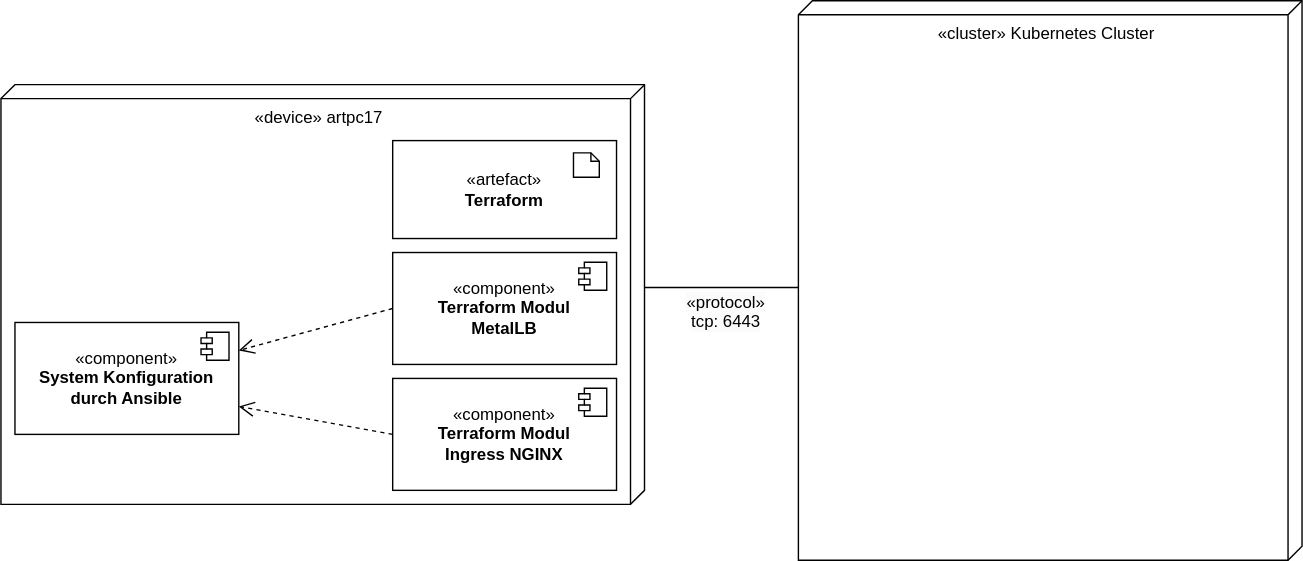
This is uni-bsc/dd-routing.drawio.svg from pogii123/drawio-charts, a draw.io export, as it was before one commit. Source tidied: cells renumbered, new cells last; positions are measured from the earlier drawing's top-left corner, leaving out a move shared by most shapes.
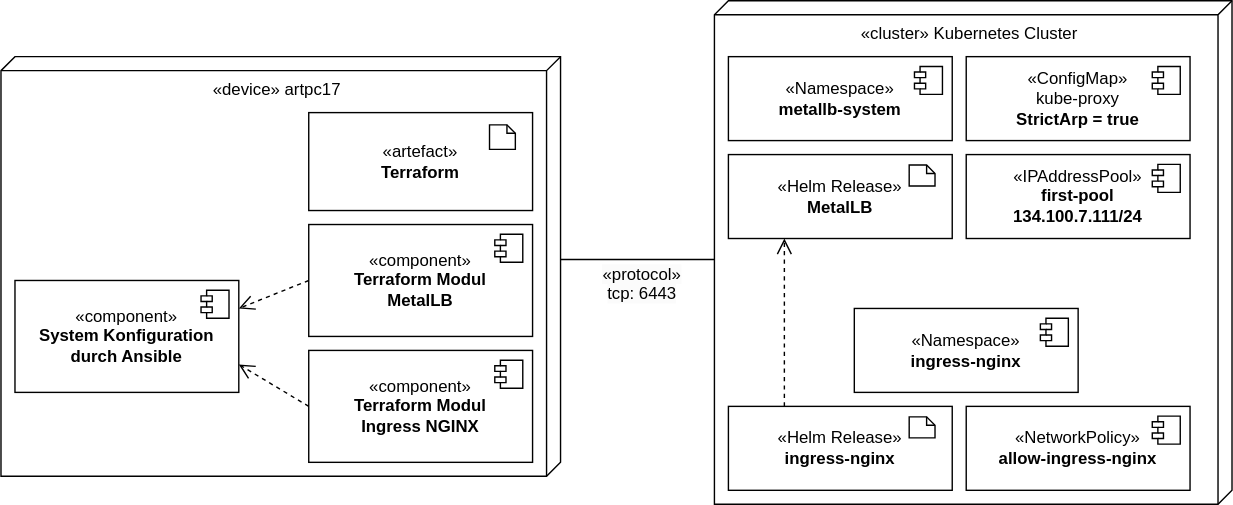
Later version of the same file.

The edit, as a diff of the source:
```diff
@@ -3,10 +3,10 @@
     <mxCell id="0" />
     <mxCell id="1" parent="0" />
     <mxCell id="2" value="«cluster» Kubernetes Cluster" style="verticalAlign=top;align=center;shape=cube;size=10;direction=south;html=1;boundedLbl=1;spacingLeft=5;whiteSpace=wrap;" parent="1" vertex="1">
-      <mxGeometry x="570" width="360" height="400" as="geometry" />
+      <mxGeometry x="570" y="20" width="370" height="360" as="geometry" />
     </mxCell>
     <mxCell id="3" value="«device» artpc17" style="verticalAlign=top;align=center;shape=cube;size=10;direction=south;html=1;boundedLbl=1;spacingLeft=5;whiteSpace=wrap;" parent="1" vertex="1">
-      <mxGeometry y="60" width="460" height="300" as="geometry" />
+      <mxGeometry x="60" y="60" width="400" height="300" as="geometry" />
     </mxCell>
     <mxCell id="4" style="rounded=0;jettySize=auto;html=1;exitX=0;exitY=0.5;exitDx=0;exitDy=0;dashed=1;endArrow=open;endFill=0;entryX=1;entryY=0.25;entryDx=0;entryDy=0;endSize=9;" parent="1" edge="1" source="5" target="14">
       <mxGeometry relative="1" as="geometry" />
@@ -36,7 +36,7 @@
         <mxPoint x="-27" y="7" as="offset" />
       </mxGeometry>
     </mxCell>
-    <mxCell id="12" style="edgeStyle=orthogonalEdgeStyle;rounded=0;jettySize=auto;html=1;exitX=0;exitY=0;exitDx=145;exitDy=0;exitPerimeter=0;entryX=0;entryY=0;entryDx=205;entryDy=360;entryPerimeter=0;endArrow=none;endFill=0;" parent="1" edge="1" source="3" target="2">
+    <mxCell id="12" style="edgeStyle=orthogonalEdgeStyle;rounded=0;jettySize=auto;html=1;exitX=0;exitY=0;exitDx=145;exitDy=0;exitPerimeter=0;endArrow=none;endFill=0;entryX=0;entryY=0;entryDx=185;entryDy=370;entryPerimeter=0;" parent="1" edge="1" source="3" target="2">
       <mxGeometry relative="1" as="geometry" />
     </mxCell>
     <mxCell id="13" value="&lt;span style=&quot;font-size: 12px; text-wrap: wrap; background-color: rgb(251, 251, 251);&quot;&gt;«protocol»&lt;br&gt;tcp: 6443&lt;br&gt;&lt;br&gt;&lt;/span&gt;" style="edgeLabel;html=1;align=center;verticalAlign=middle;" parent="12" vertex="1">
@@ -45,7 +45,7 @@
       </mxGeometry>
     </mxCell>
     <mxCell id="14" value="«component»&lt;br&gt;&lt;b&gt;System Konfiguration durch Ansible&lt;/b&gt;" style="html=1;whiteSpace=wrap;" parent="1" vertex="1">
-      <mxGeometry x="10" y="230" width="160" height="80" as="geometry" />
+      <mxGeometry x="70" y="220" width="160" height="80" as="geometry" />
     </mxCell>
     <mxCell id="15" style="shape=module;jettyWidth=8;jettyHeight=4;" parent="14" vertex="1">
       <mxGeometry x="1" width="20" height="20" relative="1" as="geometry">
@@ -55,5 +55,66 @@
     <mxCell id="16" style="rounded=0;jettySize=auto;html=1;exitX=0;exitY=0.5;exitDx=0;exitDy=0;entryX=1;entryY=0.75;entryDx=0;entryDy=0;dashed=1;endArrow=open;endFill=0;strokeWidth=1;endSize=9;startSize=6;" parent="1" edge="1" source="10" target="14">
       <mxGeometry relative="1" as="geometry" />
     </mxCell>
+    <mxCell id="17" value="«Namespace»&lt;b&gt;&lt;br&gt;metallb-system&lt;/b&gt;" style="html=1;whiteSpace=wrap;" parent="1" vertex="1">
+      <mxGeometry x="580" y="60" width="160" height="60" as="geometry" />
+    </mxCell>
+    <mxCell id="18" style="shape=module;jettyWidth=8;jettyHeight=4;" parent="17" vertex="1">
+      <mxGeometry x="1" width="20" height="20" relative="1" as="geometry">
+        <mxPoint x="-27" y="7" as="offset" />
+      </mxGeometry>
+    </mxCell>
+    <mxCell id="19" value="«ConfigMap»&lt;div&gt;kube-proxy&lt;br&gt;&lt;b&gt;StrictArp = true&lt;/b&gt;&lt;/div&gt;" style="html=1;whiteSpace=wrap;" parent="1" vertex="1">
+      <mxGeometry x="750" y="60" width="160" height="60" as="geometry" />
+    </mxCell>
+    <mxCell id="20" style="shape=module;jettyWidth=8;jettyHeight=4;" parent="19" vertex="1">
+      <mxGeometry x="1" width="20" height="20" relative="1" as="geometry">
+        <mxPoint x="-27" y="7" as="offset" />
+      </mxGeometry>
+    </mxCell>
+    <mxCell id="21" style="group;" parent="1" vertex="1">
+      <mxGeometry x="580" y="130" width="160" height="60" as="geometry" />
+    </mxCell>
+    <mxCell id="22" value="«Helm Release»&lt;br&gt;&lt;b&gt;MetalLB&lt;/b&gt;" style="html=1;whiteSpace=wrap;" parent="21" vertex="1">
+      <mxGeometry width="160" height="60" as="geometry" />
+    </mxCell>
+    <mxCell id="23" style="shape=note2;boundedLbl=1;whiteSpace=wrap;html=1;size=6;verticalAlign=top;align=left;spacingLeft=5;" parent="21" vertex="1">
+      <mxGeometry x="129.2" y="7.5" width="18.5" height="15" as="geometry" />
+    </mxCell>
+    <mxCell id="24" value="«IPAddressPool»&lt;b&gt;&lt;br&gt;first-pool&lt;/b&gt;&lt;div&gt;&lt;b&gt;134.100.7.111/24&lt;/b&gt;&lt;/div&gt;" style="html=1;whiteSpace=wrap;" parent="1" vertex="1">
+      <mxGeometry x="750" y="130" width="160" height="60" as="geometry" />
+    </mxCell>
+    <mxCell id="25" style="shape=module;jettyWidth=8;jettyHeight=4;" parent="24" vertex="1">
+      <mxGeometry x="1" width="20" height="20" relative="1" as="geometry">
+        <mxPoint x="-27" y="7" as="offset" />
+      </mxGeometry>
+    </mxCell>
+    <mxCell id="26" value="«Namespace»&lt;b&gt;&lt;br&gt;ingress-nginx&lt;/b&gt;" style="html=1;whiteSpace=wrap;" parent="1" vertex="1">
+      <mxGeometry x="670" y="240" width="160" height="60" as="geometry" />
+    </mxCell>
+    <mxCell id="27" style="shape=module;jettyWidth=8;jettyHeight=4;" parent="26" vertex="1">
+      <mxGeometry x="1" width="20" height="20" relative="1" as="geometry">
+        <mxPoint x="-27" y="7" as="offset" />
+      </mxGeometry>
+    </mxCell>
+    <mxCell id="28" value="«NetworkPolicy»&lt;b&gt;&lt;br&gt;allow-ingress-nginx&lt;/b&gt;" style="html=1;whiteSpace=wrap;" parent="1" vertex="1">
+      <mxGeometry x="750" y="310" width="160" height="60" as="geometry" />
+    </mxCell>
+    <mxCell id="29" style="shape=module;jettyWidth=8;jettyHeight=4;" parent="28" vertex="1">
+      <mxGeometry x="1" width="20" height="20" relative="1" as="geometry">
+        <mxPoint x="-27" y="7" as="offset" />
+      </mxGeometry>
+    </mxCell>
+    <mxCell id="30" style="group;" parent="1" vertex="1">
+      <mxGeometry x="580" y="310" width="160" height="60" as="geometry" />
+    </mxCell>
+    <mxCell id="31" value="«Helm Release»&lt;br&gt;&lt;b&gt;ingress-nginx&lt;/b&gt;" style="html=1;whiteSpace=wrap;" parent="30" vertex="1">
+      <mxGeometry width="160" height="60" as="geometry" />
+    </mxCell>
+    <mxCell id="32" style="shape=note2;boundedLbl=1;whiteSpace=wrap;html=1;size=6;verticalAlign=top;align=left;spacingLeft=5;" parent="30" vertex="1">
+      <mxGeometry x="129.2" y="7.5" width="18.5" height="15" as="geometry" />
+    </mxCell>
+    <mxCell id="33" style="rounded=0;jettySize=auto;html=1;exitX=0.25;exitY=0;exitDx=0;exitDy=0;entryX=0.25;entryY=1;entryDx=0;entryDy=0;dashed=1;endArrow=open;endFill=0;strokeWidth=1;endSize=9;startSize=6;" parent="1" edge="1" source="31" target="22">
+      <mxGeometry relative="1" as="geometry" />
+    </mxCell>
   </root>
 </mxGraphModel>
```
